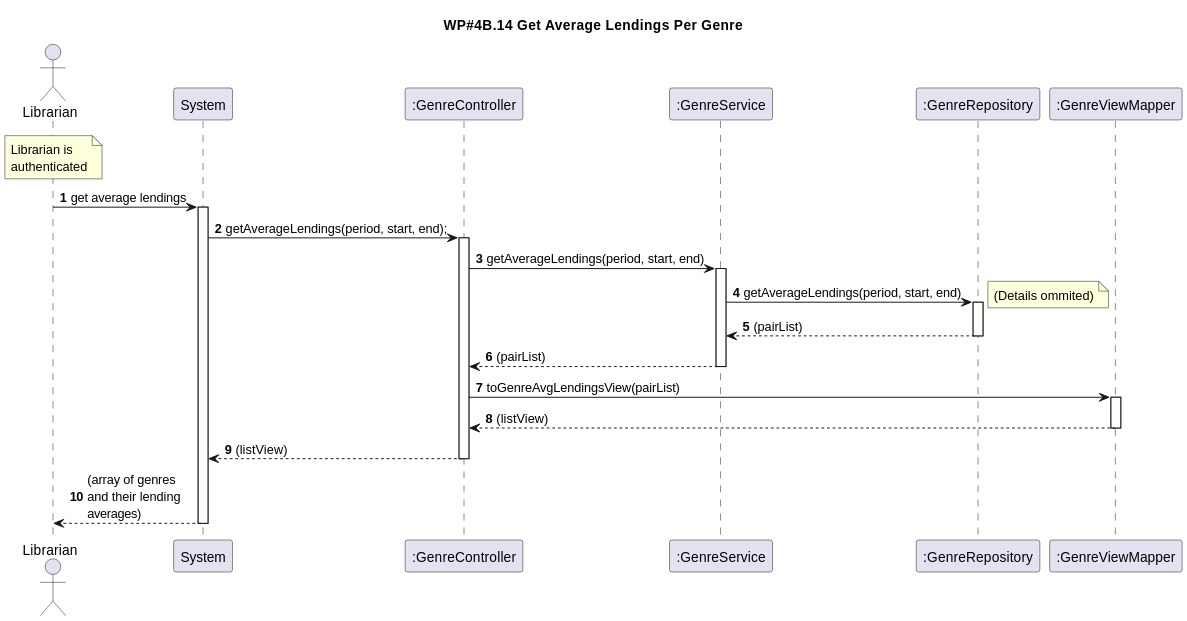
rutemf/1220944_1220772_G01 keeps this PlantUML diagram as Docs/Phase2/WP4B-Lendings/Ph2-14-GetAverageLendings/Ph2-14-GetAverageLendings-SD.svg. Above is the earlier version.
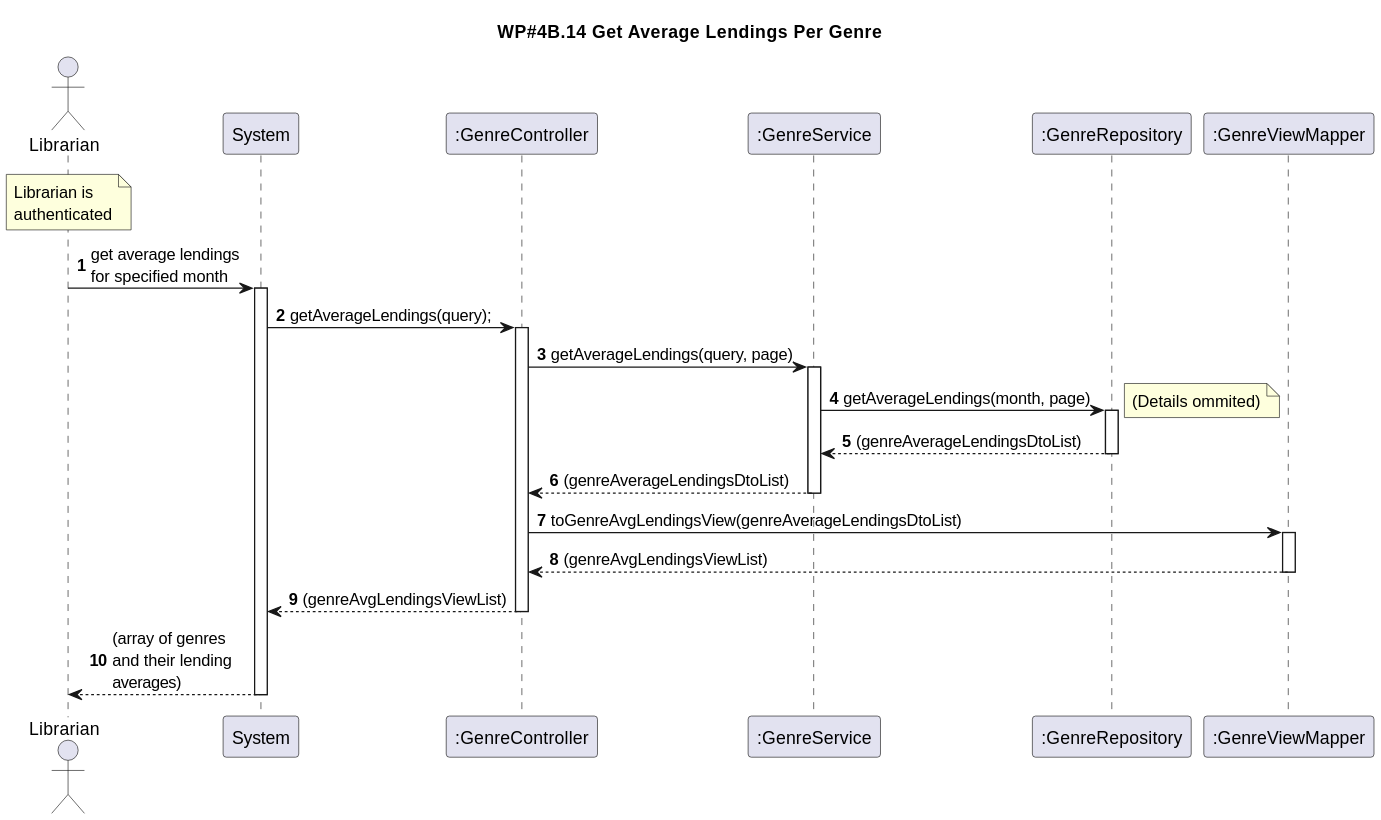
After the change.

Diff of the diagram source:
```diff
@@ -13,19 +13,17 @@
 
 note over Librarian : Librarian is\nauthenticated
 
-Librarian -> System: get average lendings
-
-System -> Ctrl: getAverageLendings(period, start, end);
-
-Ctrl -> Service: getAverageLendings(period, start, end)
-Service -> GenreRepo: getAverageLendings(period, start, end)
+Librarian -> System: get average lendings\nfor specified month
+System -> Ctrl: getAverageLendings(query);
+Ctrl -> Service: getAverageLendings(query, page)
+Service -> GenreRepo: getAverageLendings(month, page)
 note right
     (Details ommited)
 end note
-GenreRepo --> Service: (pairList)
-Service --> Ctrl: (pairList)
-Ctrl -> Mapper: toGenreAvgLendingsView(pairList)
-Mapper --> Ctrl: (listView)
-Ctrl --> System: (listView)
+GenreRepo --> Service: (genreAverageLendingsDtoList)
+Service --> Ctrl: (genreAverageLendingsDtoList)
+Ctrl -> Mapper: toGenreAvgLendingsView(genreAverageLendingsDtoList)
+Mapper --> Ctrl: (genreAvgLendingsViewList)
+Ctrl --> System: (genreAvgLendingsViewList)
 System --> Librarian: (array of genres\nand their lending\naverages)
 @enduml
```
